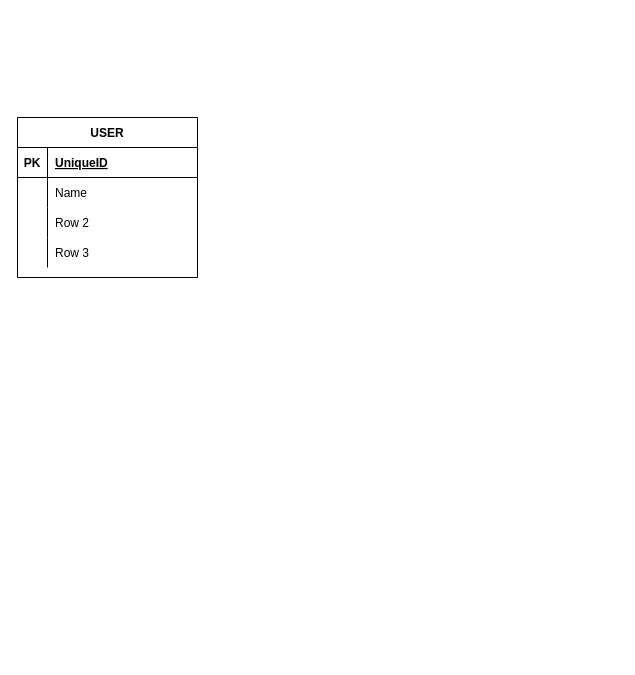
Before: Database/ERD.drawio in Lakshay34/4hire, a draw.io diagram. Source tidied: cells renumbered, new cells numbered last; positions are measured from the earlier drawing's top-left corner, leaving out a move shared by most shapes. Both pictures are drawn from the tidied source at 100%, with x=0, y=0 at pixel (17, 117).
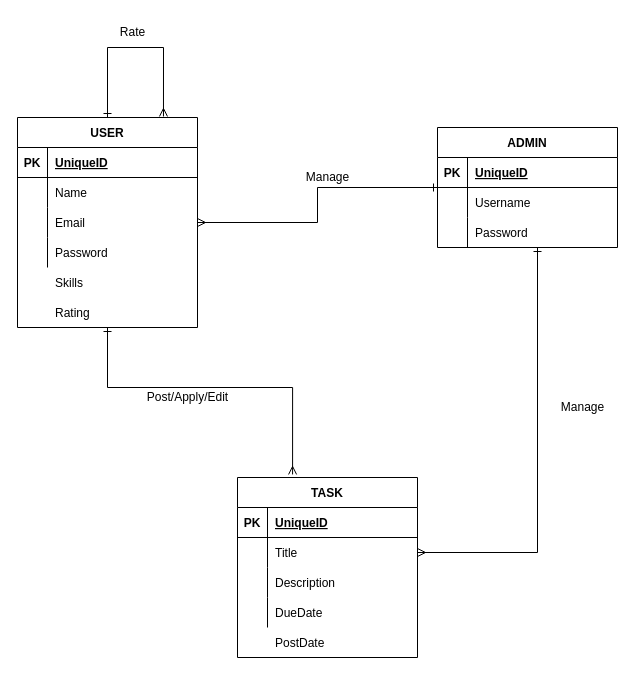
The same diagram, later.

Unchanged cells that the change refers to:
```xml
<mxCell id="9" style="shape=tableRow;horizontal=0;startSize=0;swimlaneHead=0;swimlaneBody=0;fillColor=none;points=[[0,0.5],[1,0.5]];portConstraint=eastwest;top=0;left=0;right=0;bottom=0;" parent="2" vertex="1">
  <mxGeometry y="90" width="180" height="30" as="geometry" />
</mxCell>
<mxCell id="12" style="shape=tableRow;horizontal=0;startSize=0;swimlaneHead=0;swimlaneBody=0;fillColor=none;top=0;left=0;right=0;bottom=0;" parent="2" vertex="1">
  <mxGeometry y="120" width="180" height="30" as="geometry" />
</mxCell>
```

The edit, as a diff of the source:
```diff
@@
+    <mxCell id="15" style="edgeStyle=orthogonalEdgeStyle;rounded=0;jettySize=auto;html=1;entryX=0.306;entryY=-0.017;entryDx=0;entryDy=0;entryPerimeter=0;startArrow=ERone;startFill=0;endArrow=ERmany;endFill=0;" parent="1" edge="1" source="2" target="33">
+      <mxGeometry relative="1" as="geometry">
+        <Array as="points">
+          <mxPoint x="90" y="270" />
+          <mxPoint x="275" y="270" />
+        </Array>
+      </mxGeometry>
+    </mxCell>
     <mxCell id="2" value="USER" style="shape=table;startSize=30;childLayout=tableLayout;rowLines=0;fontStyle=1;align=center;" parent="1" vertex="1">
-      <mxGeometry width="180" height="160" as="geometry" />
+      <mxGeometry width="180" height="210" as="geometry" />
     </mxCell>
@@
-    <mxCell id="11" value="Row 2" style="shape=partialRectangle;fillColor=none;top=0;left=0;bottom=0;right=0;align=left;spacingLeft=6;overflow=hidden;" parent="9" vertex="1">
+    <mxCell id="11" value="Email" style="shape=partialRectangle;fillColor=none;top=0;left=0;bottom=0;right=0;align=left;spacingLeft=6;overflow=hidden;" parent="9" vertex="1">
       <mxGeometry x="30" width="150" height="30" as="geometry" />
     </mxCell>
@@
-    <mxCell id="14" value="Row 3" style="shape=partialRectangle;fillColor=none;top=0;left=0;bottom=0;right=0;align=left;spacingLeft=6;overflow=hidden;" parent="12" vertex="1">
+    <mxCell id="14" value="Password" style="shape=partialRectangle;fillColor=none;top=0;left=0;bottom=0;right=0;align=left;spacingLeft=6;overflow=hidden;" parent="12" vertex="1">
       <mxGeometry x="30" width="150" height="30" as="geometry" />
     </mxCell>
+    <mxCell id="16" style="shape=tableRow;horizontal=0;startSize=0;swimlaneHead=0;swimlaneBody=0;fillColor=none;top=0;left=0;right=0;bottom=0;" parent="1" vertex="1">
+      <mxGeometry y="150" width="180" height="30" as="geometry" />
+    </mxCell>
+    <mxCell id="17" style="shape=partialRectangle;fillColor=none;top=0;left=0;bottom=0;right=0;overflow=hidden;" parent="16" vertex="1">
+      <mxGeometry width="30" height="30" as="geometry" />
+    </mxCell>
+    <mxCell id="18" value="Skills" style="shape=partialRectangle;fillColor=none;top=0;left=0;bottom=0;right=0;align=left;spacingLeft=6;overflow=hidden;" parent="16" vertex="1">
+      <mxGeometry x="30" width="150" height="30" as="geometry" />
+    </mxCell>
+    <mxCell id="19" style="shape=tableRow;horizontal=0;startSize=0;swimlaneHead=0;swimlaneBody=0;fillColor=none;top=0;left=0;right=0;bottom=0;" parent="1" vertex="1">
+      <mxGeometry y="180" width="180" height="30" as="geometry" />
+    </mxCell>
+    <mxCell id="20" style="shape=partialRectangle;fillColor=none;top=0;left=0;bottom=0;right=0;overflow=hidden;" parent="19" vertex="1">
+      <mxGeometry width="30" height="30" as="geometry" />
+    </mxCell>
+    <mxCell id="21" value="Rating" style="shape=partialRectangle;fillColor=none;top=0;left=0;bottom=0;right=0;align=left;spacingLeft=6;overflow=hidden;" parent="19" vertex="1">
+      <mxGeometry x="30" width="150" height="30" as="geometry" />
+    </mxCell>
+    <mxCell id="22" style="edgeStyle=orthogonalEdgeStyle;rounded=0;jettySize=auto;html=1;entryX=1;entryY=0.5;entryDx=0;entryDy=0;startArrow=ERone;startFill=0;endArrow=ERmany;endFill=0;" parent="1" edge="1" source="23" target="37">
+      <mxGeometry relative="1" as="geometry">
+        <Array as="points">
+          <mxPoint x="520" y="435" />
+        </Array>
+      </mxGeometry>
+    </mxCell>
+    <mxCell id="23" value="ADMIN" style="shape=table;startSize=30;childLayout=tableLayout;rowLines=0;fontStyle=1;align=center;" parent="1" vertex="1">
+      <mxGeometry x="420" y="10" width="180" height="120" as="geometry" />
+    </mxCell>
+    <mxCell id="24" style="shape=tableRow;horizontal=0;startSize=0;swimlaneHead=0;swimlaneBody=0;fillColor=none;top=0;left=0;right=0;bottom=1;" parent="23" vertex="1">
+      <mxGeometry y="30" width="180" height="30" as="geometry" />
+    </mxCell>
+    <mxCell id="25" value="PK" style="shape=partialRectangle;fillColor=none;top=0;left=0;bottom=0;right=0;fontStyle=1;overflow=hidden;" parent="24" vertex="1">
+      <mxGeometry width="30" height="30" as="geometry" />
+    </mxCell>
+    <mxCell id="26" value="UniqueID" style="shape=partialRectangle;fillColor=none;top=0;left=0;bottom=0;right=0;align=left;spacingLeft=6;fontStyle=5;overflow=hidden;" parent="24" vertex="1">
+      <mxGeometry x="30" width="150" height="30" as="geometry" />
+    </mxCell>
+    <mxCell id="27" style="shape=tableRow;horizontal=0;startSize=0;swimlaneHead=0;swimlaneBody=0;fillColor=none;top=0;left=0;right=0;bottom=0;" parent="23" vertex="1">
+      <mxGeometry y="60" width="180" height="30" as="geometry" />
+    </mxCell>
+    <mxCell id="28" style="shape=partialRectangle;fillColor=none;top=0;left=0;bottom=0;right=0;overflow=hidden;" parent="27" vertex="1">
+      <mxGeometry width="30" height="30" as="geometry" />
+    </mxCell>
+    <mxCell id="29" value="Username" style="shape=partialRectangle;fillColor=none;top=0;left=0;bottom=0;right=0;align=left;spacingLeft=6;overflow=hidden;" parent="27" vertex="1">
+      <mxGeometry x="30" width="150" height="30" as="geometry" />
+    </mxCell>
+    <mxCell id="30" style="shape=tableRow;horizontal=0;startSize=0;swimlaneHead=0;swimlaneBody=0;fillColor=none;top=0;left=0;right=0;bottom=0;" parent="23" vertex="1">
+      <mxGeometry y="90" width="180" height="30" as="geometry" />
+    </mxCell>
+    <mxCell id="31" style="shape=partialRectangle;fillColor=none;top=0;left=0;bottom=0;right=0;overflow=hidden;" parent="30" vertex="1">
+      <mxGeometry width="30" height="30" as="geometry" />
+    </mxCell>
+    <mxCell id="32" value="Password" style="shape=partialRectangle;fillColor=none;top=0;left=0;bottom=0;right=0;align=left;spacingLeft=6;overflow=hidden;" parent="30" vertex="1">
+      <mxGeometry x="30" width="150" height="30" as="geometry" />
+    </mxCell>
+    <mxCell id="33" value="TASK" style="shape=table;startSize=30;childLayout=tableLayout;rowLines=0;fontStyle=1;align=center;" parent="1" vertex="1">
+      <mxGeometry x="220" y="360" width="180" height="180" as="geometry" />
+    </mxCell>
+    <mxCell id="34" style="shape=tableRow;horizontal=0;startSize=0;swimlaneHead=0;swimlaneBody=0;fillColor=none;top=0;left=0;right=0;bottom=1;" parent="33" vertex="1">
+      <mxGeometry y="30" width="180" height="30" as="geometry" />
+    </mxCell>
+    <mxCell id="35" value="PK" style="shape=partialRectangle;fillColor=none;top=0;left=0;bottom=0;right=0;fontStyle=1;overflow=hidden;" parent="34" vertex="1">
+      <mxGeometry width="30" height="30" as="geometry" />
+    </mxCell>
+    <mxCell id="36" value="UniqueID" style="shape=partialRectangle;fillColor=none;top=0;left=0;bottom=0;right=0;align=left;spacingLeft=6;fontStyle=5;overflow=hidden;" parent="34" vertex="1">
+      <mxGeometry x="30" width="150" height="30" as="geometry" />
+    </mxCell>
+    <mxCell id="37" style="shape=tableRow;horizontal=0;startSize=0;swimlaneHead=0;swimlaneBody=0;fillColor=none;points=[[0,0.5],[1,0.5]];portConstraint=eastwest;top=0;left=0;right=0;bottom=0;" parent="33" vertex="1">
+      <mxGeometry y="60" width="180" height="30" as="geometry" />
+    </mxCell>
+    <mxCell id="38" style="shape=partialRectangle;fillColor=none;top=0;left=0;bottom=0;right=0;overflow=hidden;" parent="37" vertex="1">
+      <mxGeometry width="30" height="30" as="geometry" />
+    </mxCell>
+    <mxCell id="39" value="Title" style="shape=partialRectangle;fillColor=none;top=0;left=0;bottom=0;right=0;align=left;spacingLeft=6;overflow=hidden;" parent="37" vertex="1">
+      <mxGeometry x="30" width="150" height="30" as="geometry" />
+    </mxCell>
+    <mxCell id="40" style="shape=tableRow;horizontal=0;startSize=0;swimlaneHead=0;swimlaneBody=0;fillColor=none;top=0;left=0;right=0;bottom=0;" parent="33" vertex="1">
+      <mxGeometry y="90" width="180" height="30" as="geometry" />
+    </mxCell>
+    <mxCell id="41" style="shape=partialRectangle;fillColor=none;top=0;left=0;bottom=0;right=0;overflow=hidden;" parent="40" vertex="1">
+      <mxGeometry width="30" height="30" as="geometry" />
+    </mxCell>
+    <mxCell id="42" value="Description" style="shape=partialRectangle;fillColor=none;top=0;left=0;bottom=0;right=0;align=left;spacingLeft=6;overflow=hidden;" parent="40" vertex="1">
+      <mxGeometry x="30" width="150" height="30" as="geometry" />
+    </mxCell>
+    <mxCell id="43" style="shape=tableRow;horizontal=0;startSize=0;swimlaneHead=0;swimlaneBody=0;fillColor=none;top=0;left=0;right=0;bottom=0;" parent="33" vertex="1">
+      <mxGeometry y="120" width="180" height="30" as="geometry" />
+    </mxCell>
+    <mxCell id="44" style="shape=partialRectangle;fillColor=none;top=0;left=0;bottom=0;right=0;overflow=hidden;" parent="43" vertex="1">
+      <mxGeometry width="30" height="30" as="geometry" />
+    </mxCell>
+    <mxCell id="45" value="DueDate" style="shape=partialRectangle;fillColor=none;top=0;left=0;bottom=0;right=0;align=left;spacingLeft=6;overflow=hidden;" parent="43" vertex="1">
+      <mxGeometry x="30" width="150" height="30" as="geometry" />
+    </mxCell>
+    <mxCell id="46" style="shape=tableRow;horizontal=0;startSize=0;swimlaneHead=0;swimlaneBody=0;fillColor=none;top=0;left=0;right=0;bottom=0;" parent="1" vertex="1">
+      <mxGeometry x="220" y="510" width="180" height="30" as="geometry" />
+    </mxCell>
+    <mxCell id="47" style="shape=partialRectangle;fillColor=none;top=0;left=0;bottom=0;right=0;overflow=hidden;" parent="46" vertex="1">
+      <mxGeometry width="30" height="30" as="geometry" />
+    </mxCell>
+    <mxCell id="48" value="PostDate" style="shape=partialRectangle;fillColor=none;top=0;left=0;bottom=0;right=0;align=left;spacingLeft=6;overflow=hidden;" parent="46" vertex="1">
+      <mxGeometry x="30" width="150" height="30" as="geometry" />
+    </mxCell>
+    <mxCell id="49" style="edgeStyle=orthogonalEdgeStyle;rounded=0;jettySize=auto;html=1;startArrow=ERmany;startFill=0;endArrow=ERone;endFill=0;" parent="1" edge="1" source="9" target="23">
+      <mxGeometry relative="1" as="geometry" />
+    </mxCell>
+    <mxCell id="50" value="Manage" style="text;html=1;align=center;verticalAlign=middle;strokeColor=none;fillColor=none;" parent="1" vertex="1">
+      <mxGeometry x="275" y="45" width="70" height="30" as="geometry" />
+    </mxCell>
+    <mxCell id="51" value="Manage" style="text;html=1;align=center;verticalAlign=middle;strokeColor=none;fillColor=none;" parent="1" vertex="1">
+      <mxGeometry x="530" y="275" width="70" height="30" as="geometry" />
+    </mxCell>
+    <mxCell id="52" value="Post/Apply/Edit" style="text;html=1;align=center;verticalAlign=middle;strokeColor=none;fillColor=none;" parent="1" vertex="1">
+      <mxGeometry x="120" y="265" width="100" height="30" as="geometry" />
+    </mxCell>
+    <mxCell id="53" style="edgeStyle=orthogonalEdgeStyle;rounded=0;orthogonalLoop=1;jettySize=auto;html=1;entryX=0.811;entryY=-0.005;entryDx=0;entryDy=0;entryPerimeter=0;startArrow=ERone;startFill=0;endArrow=ERmany;endFill=0;" parent="1" edge="1" source="2" target="2">
+      <mxGeometry relative="1" as="geometry">
+        <Array as="points">
+          <mxPoint x="90" y="-70" />
+          <mxPoint x="146" y="-70" />
+        </Array>
+      </mxGeometry>
+    </mxCell>
+    <mxCell id="54" value="Rate" style="text;html=1;align=center;verticalAlign=middle;strokeColor=none;fillColor=none;" parent="1" vertex="1">
+      <mxGeometry x="90" y="-100" width="50" height="30" as="geometry" />
+    </mxCell>
```
